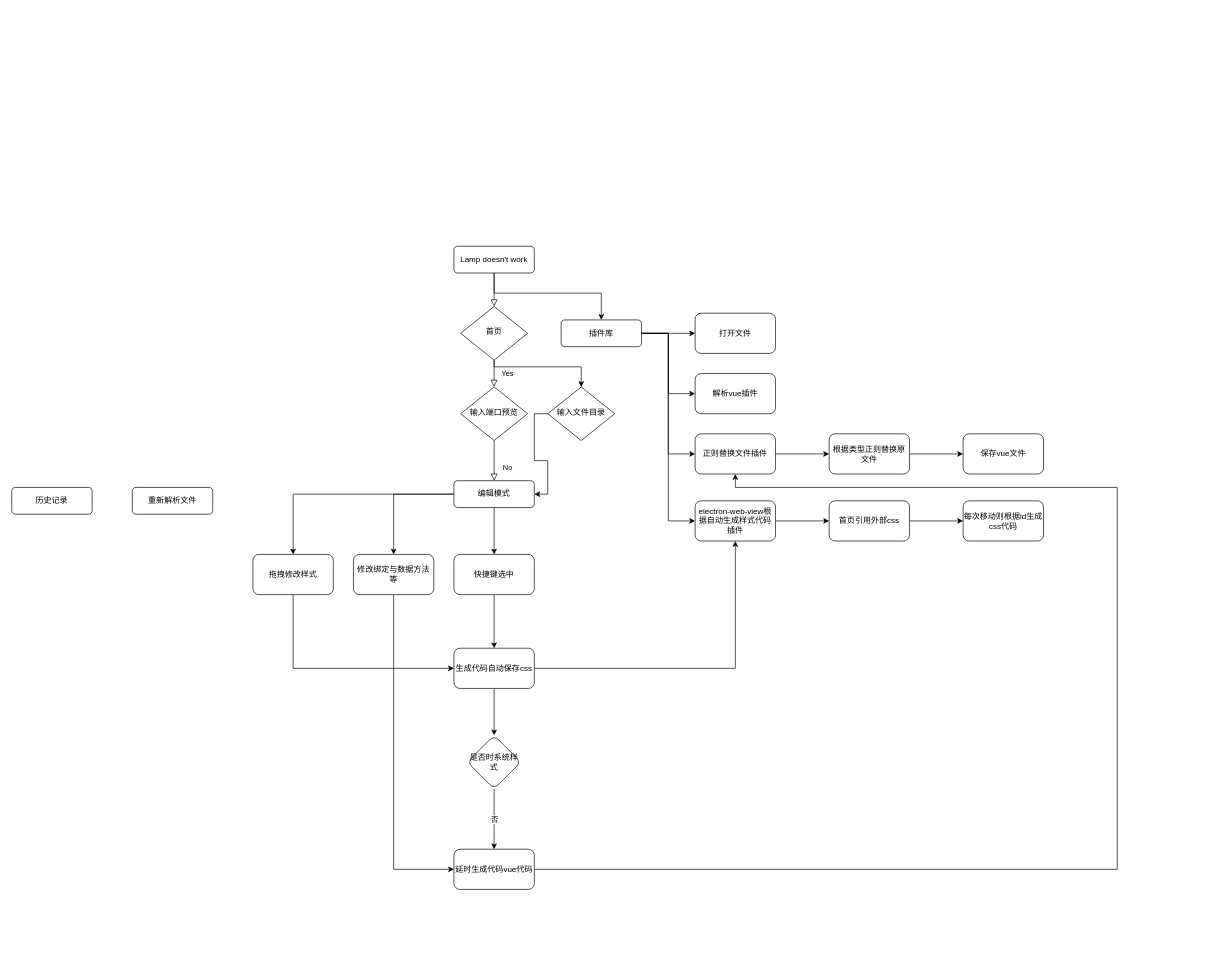
This is guiplan-html-edit.drawio from guige888811/painting, a draw.io file, before an edit. Source tidied: cells renumbered, new cells numbered last; positions are measured from the earlier drawing's top-left corner, leaving out a move shared by most shapes. Both pictures are drawn from the tidied source at 67%, with x=0, y=0 at pixel (11, 246).
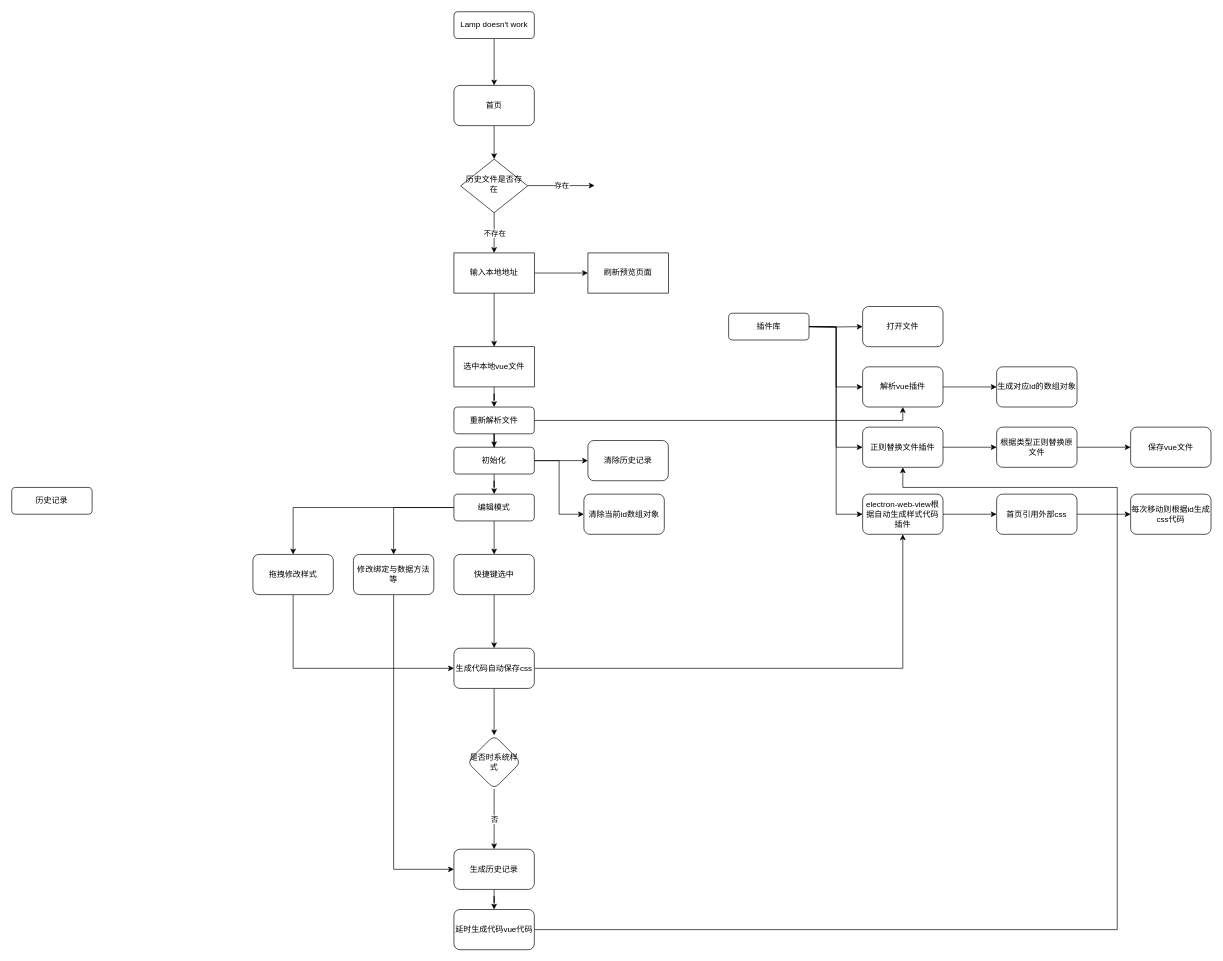
Above is the later version.

What changed in the source:
```diff
@@
-    <mxCell id="2" style="rounded=0;html=1;jettySize=auto;fontSize=11;endArrow=block;endFill=0;endSize=8;strokeWidth=1;shadow=0;labelBackgroundColor=none;edgeStyle=orthogonalEdgeStyle;" parent="1" edge="1" source="4" target="7">
-      <mxGeometry relative="1" as="geometry" />
-    </mxCell>
-    <mxCell id="3" style="edgeStyle=orthogonalEdgeStyle;rounded=0;jettySize=auto;html=1;entryX=0.5;entryY=0;entryDx=0;entryDy=0;" parent="1" edge="1" source="4" target="12">
-      <mxGeometry relative="1" as="geometry">
-        <Array as="points">
-          <mxPoint x="720" y="70" />
-          <mxPoint x="880" y="70" />
-        </Array>
-      </mxGeometry>
-    </mxCell>
+    <mxCell id="49" style="edgeStyle=orthogonalEdgeStyle;rounded=0;jettySize=auto;html=1;" parent="1" edge="1" source="4" target="55">
+      <mxGeometry relative="1" as="geometry" />
+    </mxCell>
     <mxCell id="4" value="Lamp doesn't work" style="rounded=1;whiteSpace=wrap;html=1;fontSize=12;glass=0;strokeWidth=1;shadow=0;" parent="1" vertex="1">
-      <mxGeometry x="660" width="120" height="40" as="geometry" />
+      <mxGeometry x="660" y="-350" width="120" height="40" as="geometry" />
     </mxCell>
-    <mxCell id="5" value="Yes" style="rounded=0;html=1;jettySize=auto;fontSize=11;endArrow=block;endFill=0;endSize=8;strokeWidth=1;shadow=0;labelBackgroundColor=none;edgeStyle=orthogonalEdgeStyle;" parent="1" edge="1" source="7" target="14">
-      <mxGeometry y="20" relative="1" as="geometry" />
-    </mxCell>
-    <mxCell id="6" style="edgeStyle=orthogonalEdgeStyle;rounded=0;jettySize=auto;html=1;" parent="1" edge="1" source="7" target="46">
-      <mxGeometry relative="1" as="geometry">
-        <Array as="points">
-          <mxPoint x="720" y="180" />
-          <mxPoint x="850" y="180" />
-        </Array>
-      </mxGeometry>
-    </mxCell>
-    <mxCell id="7" value="首页" style="rhombus;whiteSpace=wrap;html=1;shadow=0;fontFamily=Helvetica;fontSize=12;align=center;strokeWidth=1;spacing=6;spacingTop=-4;" parent="1" vertex="1">
-      <mxGeometry x="670" y="90" width="100" height="80" as="geometry" />
+    <mxCell id="7" value="历史文件是否存在" style="rhombus;whiteSpace=wrap;html=1;shadow=0;fontFamily=Helvetica;fontSize=12;align=center;strokeWidth=1;spacing=6;spacingTop=-4;" parent="1" vertex="1">
+      <mxGeometry x="670" y="-130" width="100" height="80" as="geometry" />
     </mxCell>
-    <mxCell id="8" style="edgeStyle=orthogonalEdgeStyle;rounded=0;jettySize=auto;html=1;" parent="1" edge="1" source="12" target="19">
-      <mxGeometry relative="1" as="geometry" />
+    <mxCell id="8" style="edgeStyle=orthogonalEdgeStyle;rounded=0;jettySize=auto;html=1;" parent="1" edge="1" target="19">
+      <mxGeometry relative="1" as="geometry">
+        <mxPoint x="1190" y="120" as="sourcePoint" />
+      </mxGeometry>
     </mxCell>
-    <mxCell id="9" style="edgeStyle=orthogonalEdgeStyle;rounded=0;jettySize=auto;html=1;entryX=0;entryY=0.5;entryDx=0;entryDy=0;" parent="1" edge="1" source="12" target="20">
-      <mxGeometry relative="1" as="geometry" />
+    <mxCell id="9" style="edgeStyle=orthogonalEdgeStyle;rounded=0;jettySize=auto;html=1;entryX=0;entryY=0.5;entryDx=0;entryDy=0;" parent="1" edge="1" target="20">
+      <mxGeometry relative="1" as="geometry">
+        <mxPoint x="1190" y="120" as="sourcePoint" />
+      </mxGeometry>
     </mxCell>
-    <mxCell id="10" style="edgeStyle=orthogonalEdgeStyle;rounded=0;jettySize=auto;html=1;entryX=0;entryY=0.5;entryDx=0;entryDy=0;" parent="1" edge="1" source="12" target="22">
-      <mxGeometry relative="1" as="geometry" />
+    <mxCell id="10" style="edgeStyle=orthogonalEdgeStyle;rounded=0;jettySize=auto;html=1;entryX=0;entryY=0.5;entryDx=0;entryDy=0;" parent="1" edge="1" target="22">
+      <mxGeometry relative="1" as="geometry">
+        <mxPoint x="1190" y="120" as="sourcePoint" />
+      </mxGeometry>
     </mxCell>
-    <mxCell id="11" style="edgeStyle=orthogonalEdgeStyle;rounded=0;jettySize=auto;html=1;entryX=0;entryY=0.5;entryDx=0;entryDy=0;" parent="1" edge="1" source="12" target="26">
-      <mxGeometry relative="1" as="geometry" />
+    <mxCell id="11" style="edgeStyle=orthogonalEdgeStyle;rounded=0;jettySize=auto;html=1;entryX=0;entryY=0.5;entryDx=0;entryDy=0;" parent="1" edge="1" target="26">
+      <mxGeometry relative="1" as="geometry">
+        <mxPoint x="1190" y="120" as="sourcePoint" />
+      </mxGeometry>
     </mxCell>
     <mxCell id="12" value="插件库" style="rounded=1;whiteSpace=wrap;html=1;fontSize=12;glass=0;strokeWidth=1;shadow=0;" parent="1" vertex="1">
-      <mxGeometry x="820" y="110" width="120" height="40" as="geometry" />
+      <mxGeometry x="1070" y="100" width="120" height="40" as="geometry" />
     </mxCell>
-    <mxCell id="13" value="No" style="rounded=0;html=1;jettySize=auto;fontSize=11;endArrow=block;endFill=0;endSize=8;strokeWidth=1;shadow=0;labelBackgroundColor=none;edgeStyle=orthogonalEdgeStyle;" parent="1" edge="1" source="14" target="18">
-      <mxGeometry x="0.33" y="20" relative="1" as="geometry" />
-    </mxCell>
-    <mxCell id="14" value="输入端口预览" style="rhombus;whiteSpace=wrap;html=1;shadow=0;fontFamily=Helvetica;fontSize=12;align=center;strokeWidth=1;spacing=6;spacingTop=-4;" parent="1" vertex="1">
-      <mxGeometry x="670" y="210" width="100" height="80" as="geometry" />
-    </mxCell>
@@
     <mxCell id="18" value="编辑模式" style="rounded=1;whiteSpace=wrap;html=1;fontSize=12;glass=0;strokeWidth=1;shadow=0;" parent="1" vertex="1">
-      <mxGeometry x="660" y="350" width="120" height="40" as="geometry" />
+      <mxGeometry x="660" y="370" width="120" height="40" as="geometry" />
     </mxCell>
     <mxCell id="19" value="打开文件" style="whiteSpace=wrap;html=1;rounded=1;shadow=0;strokeWidth=1;glass=0;" parent="1" vertex="1">
-      <mxGeometry x="1020" y="100" width="120" height="60" as="geometry" />
+      <mxGeometry x="1270" y="90" width="120" height="60" as="geometry" />
     </mxCell>
+    <mxCell id="50" style="edgeStyle=orthogonalEdgeStyle;rounded=0;jettySize=auto;html=1;" parent="1" edge="1" source="20" target="65">
+      <mxGeometry relative="1" as="geometry" />
+    </mxCell>
     <mxCell id="20" value="解析vue插件" style="whiteSpace=wrap;html=1;rounded=1;shadow=0;strokeWidth=1;glass=0;" parent="1" vertex="1">
-      <mxGeometry x="1020" y="190" width="120" height="60" as="geometry" />
+      <mxGeometry x="1270" y="180" width="120" height="60" as="geometry" />
     </mxCell>
@@
     <mxCell id="22" value="正则替换文件插件" style="whiteSpace=wrap;html=1;rounded=1;shadow=0;strokeWidth=1;glass=0;" parent="1" vertex="1">
-      <mxGeometry x="1020" y="280" width="120" height="60" as="geometry" />
+      <mxGeometry x="1270" y="270" width="120" height="60" as="geometry" />
     </mxCell>
@@
     <mxCell id="26" value="electron-web-view根据自动生成样式代码插件" style="whiteSpace=wrap;html=1;rounded=1;shadow=0;strokeWidth=1;glass=0;" parent="1" vertex="1">
-      <mxGeometry x="1020" y="380" width="120" height="60" as="geometry" />
+      <mxGeometry x="1270" y="370" width="120" height="60" as="geometry" />
     </mxCell>
@@
     <mxCell id="28" value="首页引用外部css" style="whiteSpace=wrap;html=1;rounded=1;shadow=0;strokeWidth=1;glass=0;" parent="1" vertex="1">
-      <mxGeometry x="1220" y="380" width="120" height="60" as="geometry" />
+      <mxGeometry x="1470" y="370" width="120" height="60" as="geometry" />
     </mxCell>
     <mxCell id="29" value="每次移动则根据id生成css代码" style="whiteSpace=wrap;html=1;rounded=1;shadow=0;strokeWidth=1;glass=0;" parent="1" vertex="1">
-      <mxGeometry x="1420" y="380" width="120" height="60" as="geometry" />
+      <mxGeometry x="1670" y="370" width="120" height="60" as="geometry" />
     </mxCell>
@@
-    <mxCell id="35" style="edgeStyle=orthogonalEdgeStyle;rounded=0;jettySize=auto;html=1;entryX=0.5;entryY=1;entryDx=0;entryDy=0;" parent="1" edge="1" source="36" target="22">
+    <mxCell id="35" style="edgeStyle=orthogonalEdgeStyle;rounded=0;jettySize=auto;html=1;entryX=0.5;entryY=1;entryDx=0;entryDy=0;exitX=1;exitY=0.5;exitDx=0;exitDy=0;" parent="1" edge="1" source="67" target="22">
       <mxGeometry relative="1" as="geometry">
         <Array as="points">
-          <mxPoint x="1650" y="930" />
+          <mxPoint x="1650" y="1020" />
           <mxPoint x="1650" y="360" />
-          <mxPoint x="1080" y="360" />
+          <mxPoint x="1330" y="360" />
         </Array>
       </mxGeometry>
     </mxCell>
+    <mxCell id="51" style="edgeStyle=orthogonalEdgeStyle;rounded=0;jettySize=auto;html=1;" parent="1" edge="1" source="36" target="67">
+      <mxGeometry relative="1" as="geometry" />
+    </mxCell>
-    <mxCell id="36" value="延时生成代码vue代码" style="whiteSpace=wrap;html=1;rounded=1;shadow=0;strokeWidth=1;glass=0;" parent="1" vertex="1">
+    <mxCell id="36" value="生成历史记录" style="whiteSpace=wrap;html=1;rounded=1;shadow=0;strokeWidth=1;glass=0;" parent="1" vertex="1">
       <mxGeometry x="660" y="900" width="120" height="60" as="geometry" />
     </mxCell>
@@
     <mxCell id="43" value="根据类型正则替换原文件" style="whiteSpace=wrap;html=1;rounded=1;shadow=0;strokeWidth=1;glass=0;" parent="1" vertex="1">
-      <mxGeometry x="1220" y="280" width="120" height="60" as="geometry" />
+      <mxGeometry x="1470" y="270" width="120" height="60" as="geometry" />
     </mxCell>
     <mxCell id="44" value="保存vue文件" style="whiteSpace=wrap;html=1;rounded=1;shadow=0;strokeWidth=1;glass=0;" parent="1" vertex="1">
-      <mxGeometry x="1420" y="280" width="120" height="60" as="geometry" />
+      <mxGeometry x="1670" y="270" width="120" height="60" as="geometry" />
     </mxCell>
-    <mxCell id="45" style="edgeStyle=orthogonalEdgeStyle;rounded=0;jettySize=auto;html=1;entryX=1;entryY=0.5;entryDx=0;entryDy=0;" parent="1" edge="1" source="46" target="18">
-      <mxGeometry relative="1" as="geometry" />
-    </mxCell>
-    <mxCell id="46" value="输入文件目录" style="rhombus;whiteSpace=wrap;html=1;shadow=0;fontFamily=Helvetica;fontSize=12;align=center;strokeWidth=1;spacing=6;spacingTop=-4;" parent="1" vertex="1">
-      <mxGeometry x="800" y="210" width="100" height="80" as="geometry" />
-    </mxCell>
+    <mxCell id="52" style="edgeStyle=orthogonalEdgeStyle;rounded=0;jettySize=auto;html=1;entryX=0.5;entryY=0;entryDx=0;entryDy=0;" parent="1" edge="1" source="70" target="18">
+      <mxGeometry relative="1" as="geometry" />
+    </mxCell>
+    <mxCell id="53" style="edgeStyle=orthogonalEdgeStyle;rounded=0;jettySize=auto;html=1;entryX=0.5;entryY=1;entryDx=0;entryDy=0;" parent="1" edge="1" source="47" target="20">
+      <mxGeometry relative="1" as="geometry" />
+    </mxCell>
     <mxCell id="47" value="重新解析文件" style="rounded=1;whiteSpace=wrap;html=1;fontSize=12;glass=0;strokeWidth=1;shadow=0;" parent="1" vertex="1">
-      <mxGeometry x="180" y="360" width="120" height="40" as="geometry" />
+      <mxGeometry x="660" y="240" width="120" height="40" as="geometry" />
     </mxCell>
@@
+    <mxCell id="54" style="edgeStyle=orthogonalEdgeStyle;rounded=0;jettySize=auto;html=1;" parent="1" edge="1" source="55" target="7">
+      <mxGeometry relative="1" as="geometry" />
+    </mxCell>
+    <mxCell id="55" value="首页" style="whiteSpace=wrap;html=1;rounded=1;shadow=0;strokeWidth=1;glass=0;" parent="1" vertex="1">
+      <mxGeometry x="660" y="-240" width="120" height="60" as="geometry" />
+    </mxCell>
+    <mxCell id="56" style="endArrow=classic;html=1;" parent="1" edge="1">
+      <mxGeometry relative="1" as="geometry">
+        <mxPoint x="770" y="-90.5" as="sourcePoint" />
+        <mxPoint x="870" y="-90.5" as="targetPoint" />
+      </mxGeometry>
+    </mxCell>
+    <mxCell id="57" value="存在" style="edgeLabel;html=1;align=center;verticalAlign=middle;" parent="56" vertex="1">
+      <mxGeometry relative="1" as="geometry" />
+    </mxCell>
+    <mxCell id="58" style="endArrow=classic;html=1;" parent="1" edge="1">
+      <mxGeometry relative="1" as="geometry">
+        <mxPoint x="720" y="-50" as="sourcePoint" />
+        <mxPoint x="720" y="10" as="targetPoint" />
+      </mxGeometry>
+    </mxCell>
+    <mxCell id="59" value="不存在" style="edgeLabel;html=1;align=center;verticalAlign=middle;" parent="58" vertex="1">
+      <mxGeometry relative="1" as="geometry" />
+    </mxCell>
+    <mxCell id="60" style="edgeStyle=orthogonalEdgeStyle;rounded=0;jettySize=auto;html=1;" parent="1" edge="1" source="62" target="64">
+      <mxGeometry relative="1" as="geometry" />
+    </mxCell>
+    <mxCell id="61" style="edgeStyle=orthogonalEdgeStyle;rounded=0;jettySize=auto;html=1;" parent="1" edge="1" source="62" target="66">
+      <mxGeometry relative="1" as="geometry" />
+    </mxCell>
+    <mxCell id="62" value="输入本地地址" style="rounded=0;whiteSpace=wrap;html=1;" parent="1" vertex="1">
+      <mxGeometry x="660" y="10" width="120" height="60" as="geometry" />
+    </mxCell>
+    <mxCell id="63" style="edgeStyle=orthogonalEdgeStyle;rounded=0;jettySize=auto;html=1;entryX=0.5;entryY=0;entryDx=0;entryDy=0;" parent="1" edge="1" source="64" target="47">
+      <mxGeometry relative="1" as="geometry" />
+    </mxCell>
+    <mxCell id="64" value="选中本地vue文件" style="whiteSpace=wrap;html=1;rounded=0;" parent="1" vertex="1">
+      <mxGeometry x="660" y="150" width="120" height="60" as="geometry" />
+    </mxCell>
+    <mxCell id="65" value="生成对应id的数组对象" style="whiteSpace=wrap;html=1;rounded=1;shadow=0;strokeWidth=1;glass=0;" parent="1" vertex="1">
+      <mxGeometry x="1470" y="180" width="120" height="60" as="geometry" />
+    </mxCell>
+    <mxCell id="66" value="刷新预览页面" style="rounded=0;whiteSpace=wrap;html=1;" parent="1" vertex="1">
+      <mxGeometry x="860" y="10" width="120" height="60" as="geometry" />
+    </mxCell>
+    <mxCell id="67" value="延时生成代码vue代码" style="whiteSpace=wrap;html=1;rounded=1;shadow=0;strokeWidth=1;glass=0;" parent="1" vertex="1">
+      <mxGeometry x="660" y="990" width="120" height="60" as="geometry" />
+    </mxCell>
+    <mxCell id="68" style="edgeStyle=orthogonalEdgeStyle;rounded=0;jettySize=auto;html=1;" parent="1" edge="1" source="70" target="72">
+      <mxGeometry relative="1" as="geometry" />
+    </mxCell>
+    <mxCell id="69" style="edgeStyle=orthogonalEdgeStyle;rounded=0;jettySize=auto;html=1;entryX=0;entryY=0.5;entryDx=0;entryDy=0;" parent="1" edge="1" source="70" target="73">
+      <mxGeometry relative="1" as="geometry" />
+    </mxCell>
+    <mxCell id="70" value="初始化" style="rounded=1;whiteSpace=wrap;html=1;fontSize=12;glass=0;strokeWidth=1;shadow=0;" parent="1" vertex="1">
+      <mxGeometry x="660" y="300" width="120" height="40" as="geometry" />
+    </mxCell>
+    <mxCell id="71" style="edgeStyle=orthogonalEdgeStyle;rounded=0;jettySize=auto;html=1;entryX=0.5;entryY=0;entryDx=0;entryDy=0;" parent="1" edge="1" source="47" target="70">
+      <mxGeometry relative="1" as="geometry" />
+    </mxCell>
+    <mxCell id="72" value="清除历史记录" style="whiteSpace=wrap;html=1;rounded=1;shadow=0;strokeWidth=1;glass=0;" parent="1" vertex="1">
+      <mxGeometry x="860" y="290" width="120" height="60" as="geometry" />
+    </mxCell>
+    <mxCell id="73" value="清除当前id数组对象" style="whiteSpace=wrap;html=1;rounded=1;shadow=0;strokeWidth=1;glass=0;" parent="1" vertex="1">
+      <mxGeometry x="854" y="370" width="120" height="60" as="geometry" />
+    </mxCell>
```
